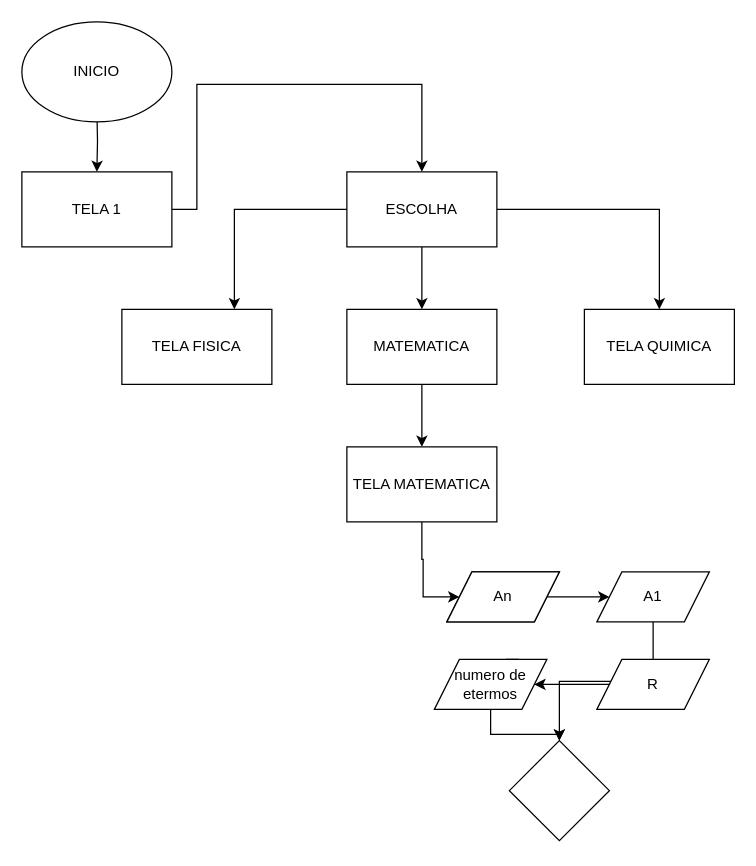
Above: Diagrama sem nome.drawio in gabrielmorgado0/JS_course (draw.io), before the change. Source tidied: cells renumbered, new cells numbered last; positions are measured from the earlier drawing's top-left corner, leaving out a move shared by most shapes. Both pictures are drawn from the tidied source at 125%, with x=0, y=0 at pixel (21, 21).
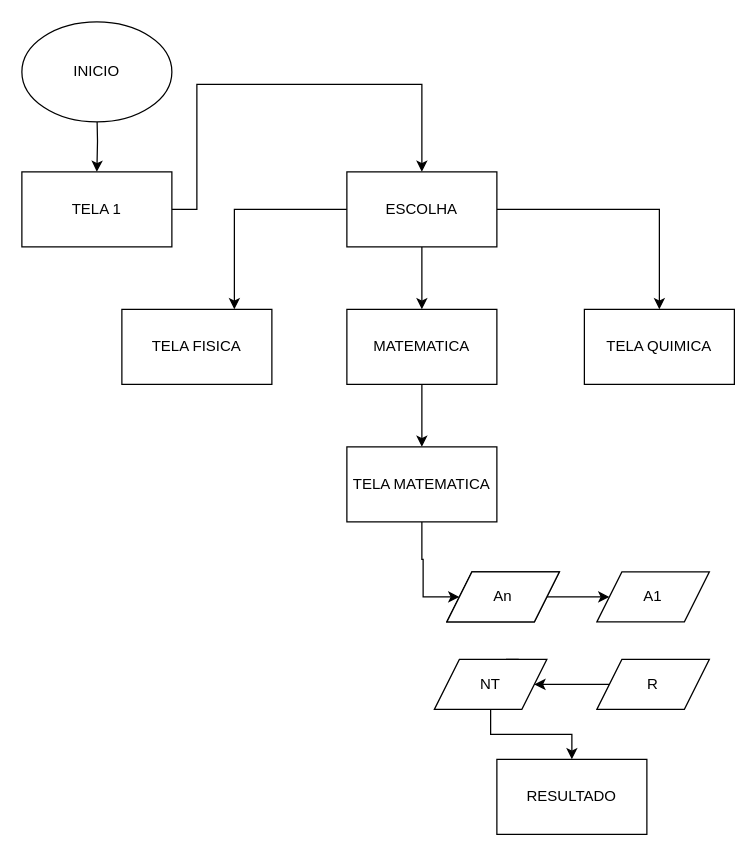
Above is the later version.

The change refers to these unchanged cells:
```xml
<mxCell id="20" value="A1" style="shape=parallelogram;perimeter=parallelogramPerimeter;whiteSpace=wrap;html=1;fixedSize=1;" parent="1" vertex="1">
  <mxGeometry x="460" y="440" width="90" height="40" as="geometry" />
</mxCell>
```

The edit, as a diff of the source:
```diff
@@
-    <mxCell id="19" style="edgeStyle=orthogonalEdgeStyle;rounded=0;jettySize=auto;html=1;" parent="1" edge="1" source="20" target="26">
-      <mxGeometry relative="1" as="geometry" />
-    </mxCell>
@@
-    <mxCell id="22" style="edgeStyle=orthogonalEdgeStyle;rounded=0;jettySize=auto;html=1;" parent="1" edge="1" source="23" target="26">
-      <mxGeometry relative="1" as="geometry" />
-    </mxCell>
+    <mxCell id="27" style="edgeStyle=orthogonalEdgeStyle;rounded=0;jettySize=auto;html=1;" parent="1" edge="1" source="23" target="29">
+      <mxGeometry relative="1" as="geometry" />
+    </mxCell>
-    <mxCell id="23" value="numero de etermos" style="shape=parallelogram;perimeter=parallelogramPerimeter;whiteSpace=wrap;html=1;fixedSize=1;" parent="1" vertex="1">
+    <mxCell id="23" value="NT" style="shape=parallelogram;perimeter=parallelogramPerimeter;whiteSpace=wrap;html=1;fixedSize=1;" parent="1" vertex="1">
       <mxGeometry x="330" y="510" width="90" height="40" as="geometry" />
     </mxCell>
@@
-    <mxCell id="26" style="rhombus;whiteSpace=wrap;html=1;" parent="1" vertex="1">
-      <mxGeometry x="390" y="575" width="80" height="80" as="geometry" />
-    </mxCell>
+    <mxCell id="28" style="edgeStyle=orthogonalEdgeStyle;rounded=0;jettySize=auto;html=1;exitX=0.5;exitY=1;exitDx=0;exitDy=0;" parent="1" edge="1" source="29">
+      <mxGeometry relative="1" as="geometry">
+        <mxPoint x="450" y="640" as="targetPoint" />
+      </mxGeometry>
+    </mxCell>
+    <mxCell id="29" value="RESULTADO" style="rounded=0;whiteSpace=wrap;html=1;" parent="1" vertex="1">
+      <mxGeometry x="380" y="590" width="120" height="60" as="geometry" />
+    </mxCell>
```
